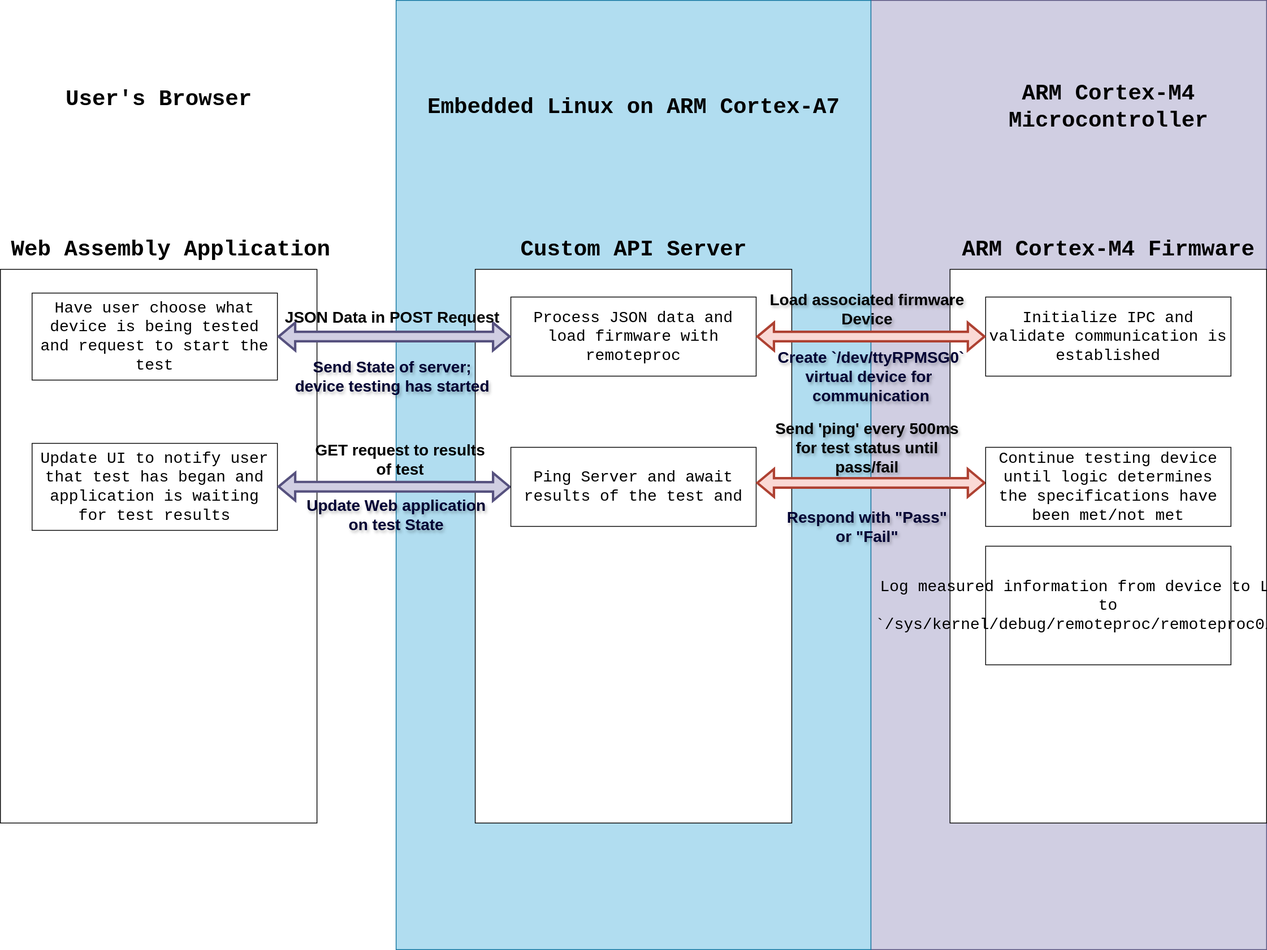
The draw.io diagram assets/software_stack.drawio.svg in DMGDy/SeniorDesign-FinalReport, before a commit. Source tidied: cells renumbered, new cells last; positions are measured from the earlier drawing's top-left corner, leaving out a move shared by most shapes.
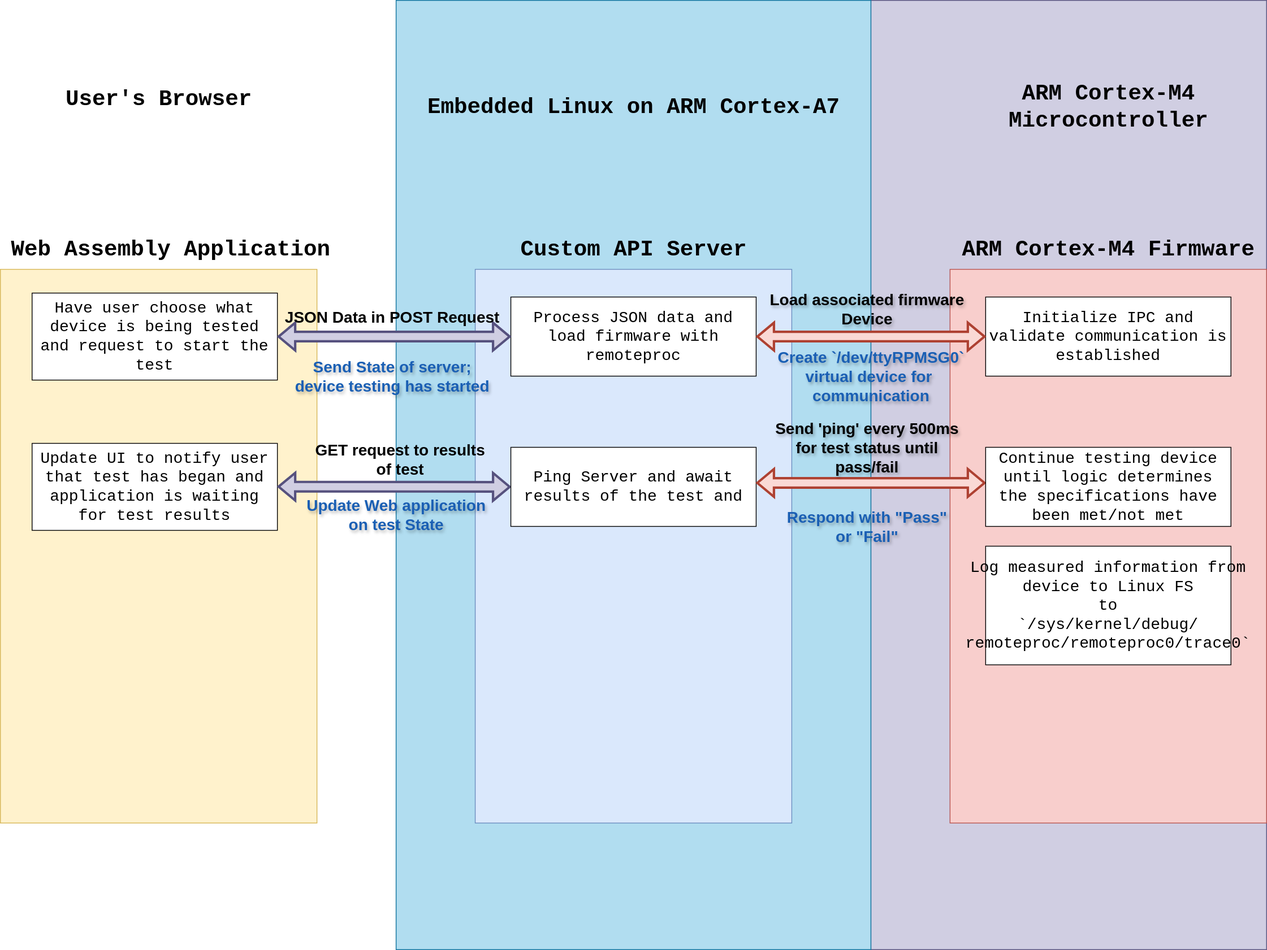
Above is the later version.

Diff of the diagram source:
```diff
@@ -1,4 +1,4 @@
-<mxGraphModel>
+<mxGraphModel background="#ffffff">
   <root>
     <mxCell id="0" />
     <mxCell id="1" parent="0" />
@@ -8,16 +8,16 @@
     <mxCell id="3" style="whiteSpace=wrap;html=1;fillColor=#b1ddf0;strokeColor=#10739e;fontFamily=Courier New;" parent="1" vertex="1">
       <mxGeometry x="500" width="600" height="1200" as="geometry" />
     </mxCell>
-    <mxCell id="4" style="rounded=0;whiteSpace=wrap;html=1;fontFamily=Courier New;" parent="1" vertex="1">
+    <mxCell id="4" style="rounded=0;whiteSpace=wrap;html=1;fontFamily=Courier New;fillColor=#fff2cc;strokeColor=#d6b656;" parent="1" vertex="1">
       <mxGeometry y="340" width="400" height="700" as="geometry" />
     </mxCell>
     <mxCell id="5" value="&lt;font style=&quot;font-size: 28px;&quot;&gt;Web Assembly Application&lt;br&gt;&lt;/font&gt;" style="text;html=1;align=center;verticalAlign=middle;strokeColor=none;fillColor=none;fontFamily=Courier New;fontStyle=1;" parent="1" vertex="1">
       <mxGeometry y="290" width="430" height="50" as="geometry" />
     </mxCell>
-    <mxCell id="6" style="rounded=0;whiteSpace=wrap;html=1;fontFamily=Courier New;" parent="1" vertex="1">
+    <mxCell id="6" style="rounded=0;whiteSpace=wrap;html=1;fontFamily=Courier New;fillColor=#dae8fc;strokeColor=#6c8ebf;" parent="1" vertex="1">
       <mxGeometry x="600" y="340" width="400" height="700" as="geometry" />
     </mxCell>
-    <mxCell id="7" style="rounded=0;whiteSpace=wrap;html=1;fontFamily=Courier New;" parent="1" vertex="1">
+    <mxCell id="7" style="rounded=0;whiteSpace=wrap;html=1;fontFamily=Courier New;fillColor=#f8cecc;strokeColor=#b85450;" parent="1" vertex="1">
       <mxGeometry x="1200" y="340" width="400" height="700" as="geometry" />
     </mxCell>
     <mxCell id="8" value="&lt;font style=&quot;font-size: 28px;&quot;&gt;Custom API Server&lt;br&gt;&lt;/font&gt;" style="text;html=1;align=center;verticalAlign=middle;strokeColor=none;fillColor=none;fontFamily=Courier New;fontStyle=1;" parent="1" vertex="1">
@@ -56,10 +56,10 @@
     <mxCell id="19" value="&lt;font&gt;Load associated firmware&lt;br&gt;Device&lt;br&gt;&lt;/font&gt;" style="text;html=1;align=center;verticalAlign=middle;strokeColor=none;fillColor=none;fontSize=20;fontColor=default;labelBackgroundColor=none;fontStyle=1;textShadow=1;" parent="1" vertex="1">
       <mxGeometry x="970" y="360" width="250" height="60" as="geometry" />
     </mxCell>
-    <mxCell id="20" value="&lt;div&gt;&lt;font&gt;Create `/dev/ttyRPMSG0`&lt;/font&gt;&lt;/div&gt;&lt;div&gt;&lt;font&gt;virtual device for&amp;nbsp;&lt;/font&gt;&lt;/div&gt;&lt;div&gt;&lt;font&gt;communication&lt;br&gt;&lt;/font&gt;&lt;/div&gt;" style="text;html=1;align=center;verticalAlign=middle;strokeColor=none;fillColor=none;fontSize=20;fontColor=#000033;labelBackgroundColor=none;fontStyle=1;textShadow=1;" parent="1" vertex="1">
+    <mxCell id="20" value="&lt;div&gt;&lt;font&gt;Create `/dev/ttyRPMSG0`&lt;/font&gt;&lt;/div&gt;&lt;div&gt;&lt;font&gt;virtual device for&amp;nbsp;&lt;/font&gt;&lt;/div&gt;&lt;div&gt;&lt;font&gt;communication&lt;br&gt;&lt;/font&gt;&lt;/div&gt;" style="text;html=1;align=center;verticalAlign=middle;strokeColor=none;fillColor=none;fontSize=20;fontColor=#1a5fb4;labelBackgroundColor=none;fontStyle=1;textShadow=1;" parent="1" vertex="1">
       <mxGeometry x="975" y="430" width="250" height="90" as="geometry" />
     </mxCell>
-    <mxCell id="21" value="Send State of server; &lt;br&gt;device testing has started" style="text;html=1;align=center;verticalAlign=middle;strokeColor=none;fillColor=none;fontSize=20;fontColor=#000033;labelBackgroundColor=none;fontStyle=1;textShadow=1;" parent="1" vertex="1">
+    <mxCell id="21" value="Send State of server; &lt;br&gt;device testing has started" style="text;html=1;align=center;verticalAlign=middle;strokeColor=none;fillColor=none;fontSize=20;fontColor=#1a5fb4;labelBackgroundColor=none;fontStyle=1;textShadow=1;" parent="1" vertex="1">
       <mxGeometry x="370" y="445" width="250" height="60" as="geometry" />
     </mxCell>
     <mxCell id="22" value="Update UI to notify user that test has began and application is waiting for test results" style="whiteSpace=wrap;html=1;fontSize=20;fontFamily=Courier New;" parent="1" vertex="1">
@@ -88,13 +88,13 @@
     <mxCell id="28" value="Continue testing device until logic determines&lt;br&gt;the specifications have been met/not met" style="whiteSpace=wrap;html=1;fontSize=20;fontFamily=Courier New;" parent="1" vertex="1">
       <mxGeometry x="1245" y="565" width="310" height="100" as="geometry" />
     </mxCell>
-    <mxCell id="29" value="Respond with &quot;Pass&quot;&lt;br&gt;or &quot;Fail&quot;" style="text;html=1;align=center;verticalAlign=middle;strokeColor=none;fillColor=none;fontSize=20;fontColor=#000033;labelBackgroundColor=none;fontStyle=1;textShadow=1;" parent="1" vertex="1">
+    <mxCell id="29" value="Respond with &quot;Pass&quot;&lt;br&gt;or &quot;Fail&quot;" style="text;html=1;align=center;verticalAlign=middle;fontSize=20;labelBackgroundColor=none;fontStyle=1;textShadow=1;fontColor=#1a5fb4;" parent="1" vertex="1">
       <mxGeometry x="990" y="635" width="210" height="60" as="geometry" />
     </mxCell>
-    <mxCell id="30" value="Update Web application&lt;br&gt;on test State" style="text;html=1;align=center;verticalAlign=middle;strokeColor=none;fillColor=none;fontSize=20;fontColor=#000033;labelBackgroundColor=none;fontStyle=1;textShadow=1;" parent="1" vertex="1">
+    <mxCell id="30" value="Update Web application&lt;br&gt;on test State" style="text;html=1;align=center;verticalAlign=middle;strokeColor=none;fillColor=none;fontSize=20;fontColor=#1a5fb4;labelBackgroundColor=none;fontStyle=1;textShadow=1;" parent="1" vertex="1">
       <mxGeometry x="380" y="620" width="240" height="60" as="geometry" />
     </mxCell>
-    <mxCell id="31" value="Log measured information from device to Linux FS&lt;br&gt;to &lt;br&gt;`/sys/kernel/debug/remoteproc/remoteproc0/trace0`" style="whiteSpace=wrap;html=1;fontSize=20;fontFamily=Courier New;" parent="1" vertex="1">
+    <mxCell id="31" value="Log measured information from device to Linux FS&lt;br&gt;&lt;div&gt;to&lt;/div&gt;&lt;div&gt;`/sys/kernel/debug/&lt;/div&gt;&lt;div&gt;remoteproc/remoteproc0/trace0`&lt;/div&gt;" style="whiteSpace=wrap;html=1;fontSize=20;fontFamily=Courier New;" parent="1" vertex="1">
       <mxGeometry x="1245" y="690" width="310" height="150" as="geometry" />
     </mxCell>
   </root>
```
